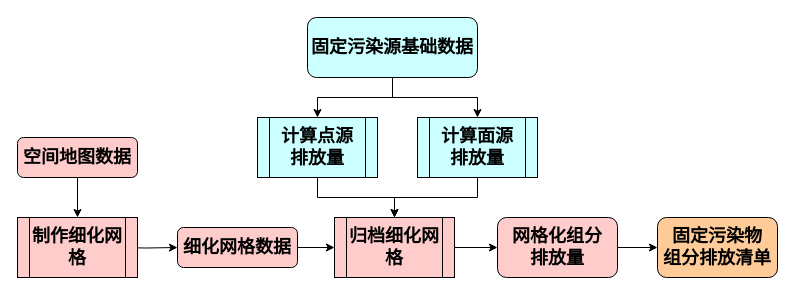
The draw.io diagram 固定污染源源清单.drawio in WienWong/Misc, before the edit. Source tidied: cells renumbered, new cells numbered last; positions are measured from the earlier drawing's top-left corner, leaving out a move shared by most shapes. Both pictures are drawn from the tidied source at 100%, with x=0, y=0 at pixel (17, 17).
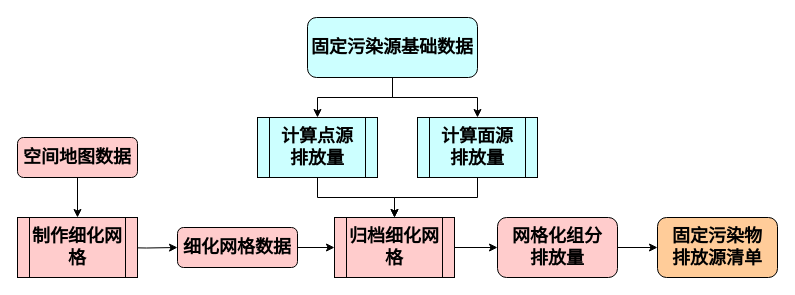
The same diagram, later.

Commit message:
Update 固定污染源源清单.drawio

What changed in the source:
```diff
@@
-    <mxCell id="4" value="&lt;b&gt;&lt;font style=&quot;font-size: 18px&quot;&gt;固定污染物&lt;br&gt;组分排放清单&lt;/font&gt;&lt;/b&gt;" style="rounded=1;whiteSpace=wrap;html=1;fillColor=#FFCC99;" parent="1" vertex="1">
+    <mxCell id="4" value="&lt;b&gt;&lt;font style=&quot;font-size: 18px&quot;&gt;固定污染物&lt;br&gt;排放源清单&lt;/font&gt;&lt;/b&gt;" style="rounded=1;whiteSpace=wrap;html=1;fillColor=#FFCC99;" parent="1" vertex="1">
       <mxGeometry x="640" y="200" width="120" height="60" as="geometry" />
     </mxCell>
```
